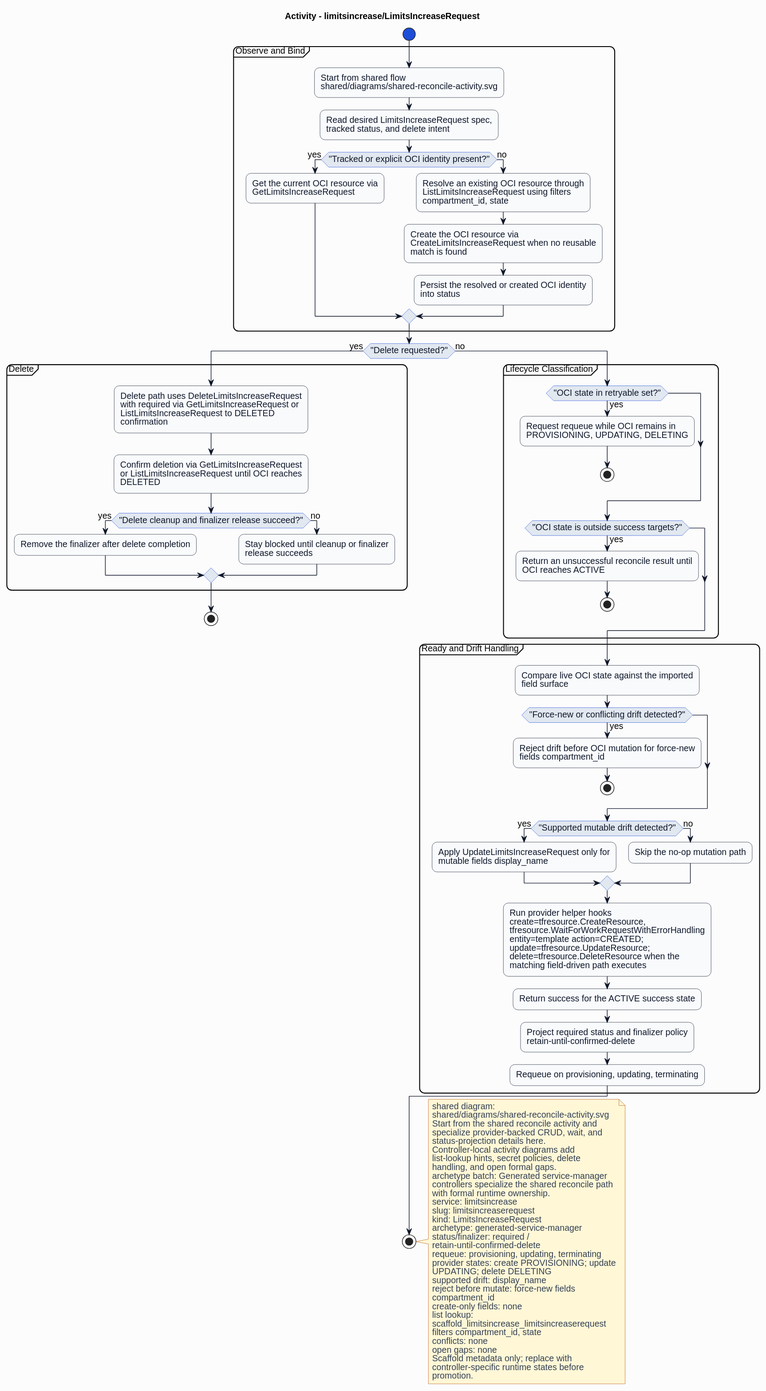
Before: formal/controllers/limitsincrease/limitsincreaserequest/diagrams/activity.svg, a diagram exported from PlantUML (HaoyL666/oci-service-operator).
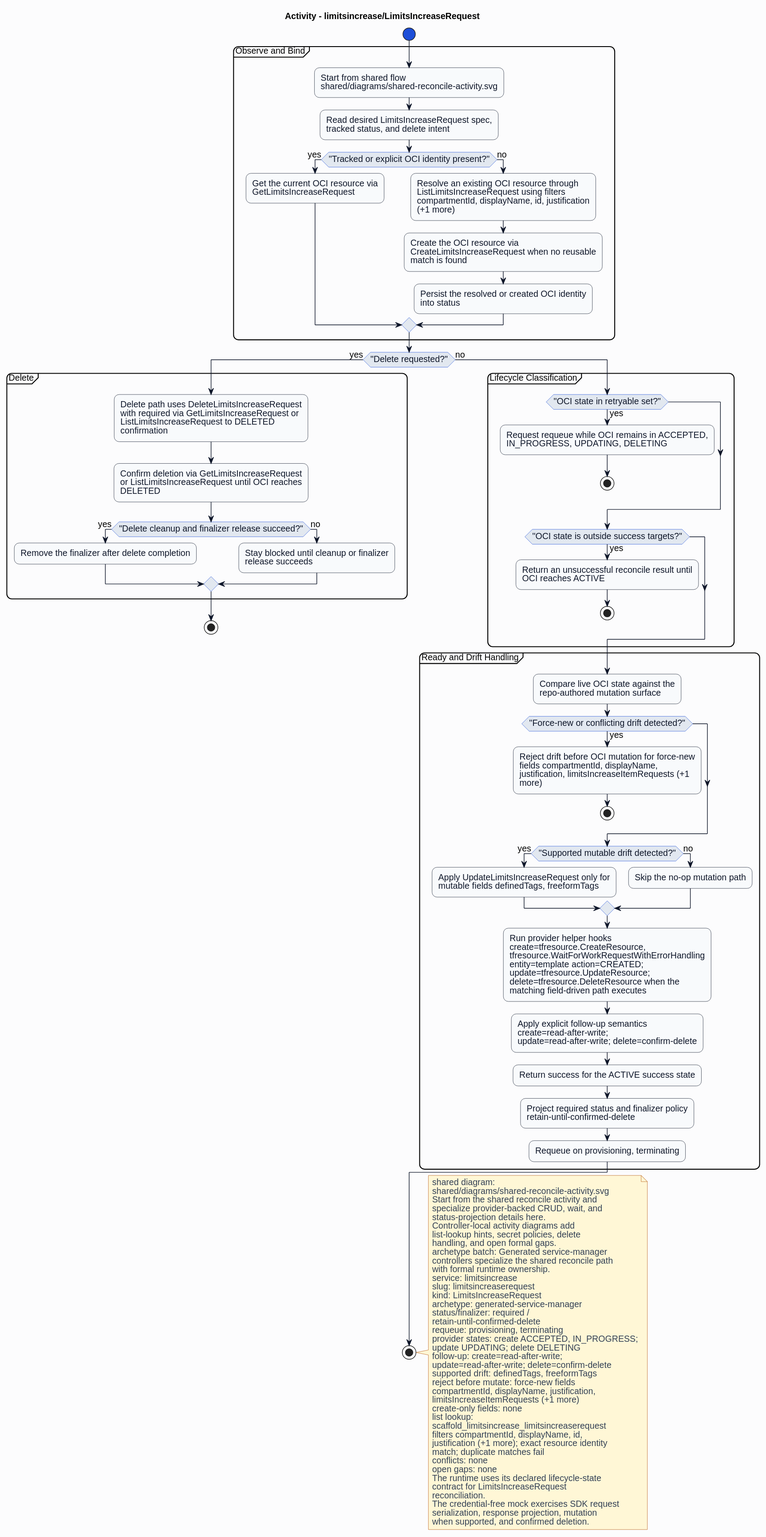
Later version of the same file.

Diff of the diagram source:
```diff
@@ -27,7 +27,7 @@
 if ("Tracked or explicit OCI identity present?") then (yes)
 :Get the current OCI resource via\nGetLimitsIncreaseRequest;
 else (no)
-:Resolve an existing OCI resource through\nListLimitsIncreaseRequest using filters\ncompartment_id, state;
+:Resolve an existing OCI resource through\nListLimitsIncreaseRequest using filters\ncompartmentId, displayName, id, justification\n(+1 more);
 :Create the OCI resource via\nCreateLimitsIncreaseRequest when no reusable\nmatch is found;
 :Persist the resolved or created OCI identity\ninto status;
 endif
@@ -46,7 +46,7 @@
 else (no)
 partition "Lifecycle Classification" {
 if ("OCI state in retryable set?") then (yes)
-:Request requeue while OCI remains in\nPROVISIONING, UPDATING, DELETING;
+:Request requeue while OCI remains in ACCEPTED,\nIN_PROGRESS, UPDATING, DELETING;
 stop
 endif
 if ("OCI state is outside success targets?") then (yes)
@@ -55,20 +55,21 @@
 endif
 }
 partition "Ready and Drift Handling" {
-:Compare live OCI state against the imported\nfield surface;
+:Compare live OCI state against the\nrepo-authored mutation surface;
 if ("Force-new or conflicting drift detected?") then (yes)
-:Reject drift before OCI mutation for force-new\nfields compartment_id;
+:Reject drift before OCI mutation for force-new\nfields compartmentId, displayName,\njustification, limitsIncreaseItemRequests (+1\nmore);
 stop
 endif
 if ("Supported mutable drift detected?") then (yes)
-:Apply UpdateLimitsIncreaseRequest only for\nmutable fields display_name;
+:Apply UpdateLimitsIncreaseRequest only for\nmutable fields definedTags, freeformTags;
 else (no)
 :Skip the no-op mutation path;
 endif
 :Run provider helper hooks\ncreate=tfresource.CreateResource,\ntfresource.WaitForWorkRequestWithErrorHandling\nentity=template action=CREATED;\nupdate=tfresource.UpdateResource;\ndelete=tfresource.DeleteResource when the\nmatching field-driven path executes;
+:Apply explicit follow-up semantics\ncreate=read-after-write;\nupdate=read-after-write; delete=confirm-delete;
 :Return success for the ACTIVE success state;
 :Project required status and finalizer policy\nretain-until-confirmed-delete;
-:Requeue on provisioning, updating, terminating;
+:Requeue on provisioning, terminating;
 }
 endif
 stop
@@ -90,20 +91,28 @@
 archetype: generated-service-manager
 status/finalizer: required /
 retain-until-confirmed-delete
-requeue: provisioning, updating, terminating
-provider states: create PROVISIONING; update
-UPDATING; delete DELETING
-supported drift: display_name
+requeue: provisioning, terminating
+provider states: create ACCEPTED, IN_PROGRESS;
+update UPDATING; delete DELETING
+follow-up: create=read-after-write;
+update=read-after-write; delete=confirm-delete
+supported drift: definedTags, freeformTags
 reject before mutate: force-new fields
-compartment_id
+compartmentId, displayName, justification,
+limitsIncreaseItemRequests (+1 more)
 create-only fields: none
 list lookup:
 scaffold_limitsincrease_limitsincreaserequest
-filters compartment_id, state
+filters compartmentId, displayName, id,
+justification (+1 more); exact resource identity
+match; duplicate matches fail
 conflicts: none
 open gaps: none
-Scaffold metadata only; replace with
-controller-specific runtime states before
-promotion.
+The runtime uses its declared lifecycle-state
+contract for LimitsIncreaseRequest
+reconciliation.
+The credential-free mock exercises SDK request
+serialization, response projection, mutation
+when supported, and confirmed deletion.
 end note
 @enduml
```
